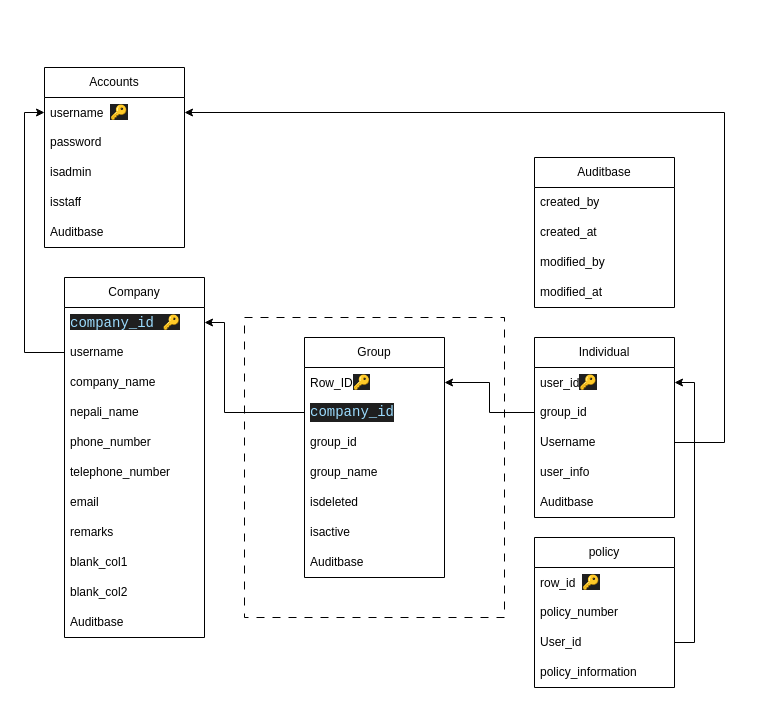
The draw.io diagram Documentation/ER Diagram.drawio in rjbcl/corporate-rjbcl-portal, before the edit. Source tidied: cells renumbered, new cells numbered last; positions are measured from the earlier drawing's top-left corner, leaving out a move shared by most shapes. Both pictures are drawn from the tidied source at 100%, with x=0, y=0 at pixel (44, 67).
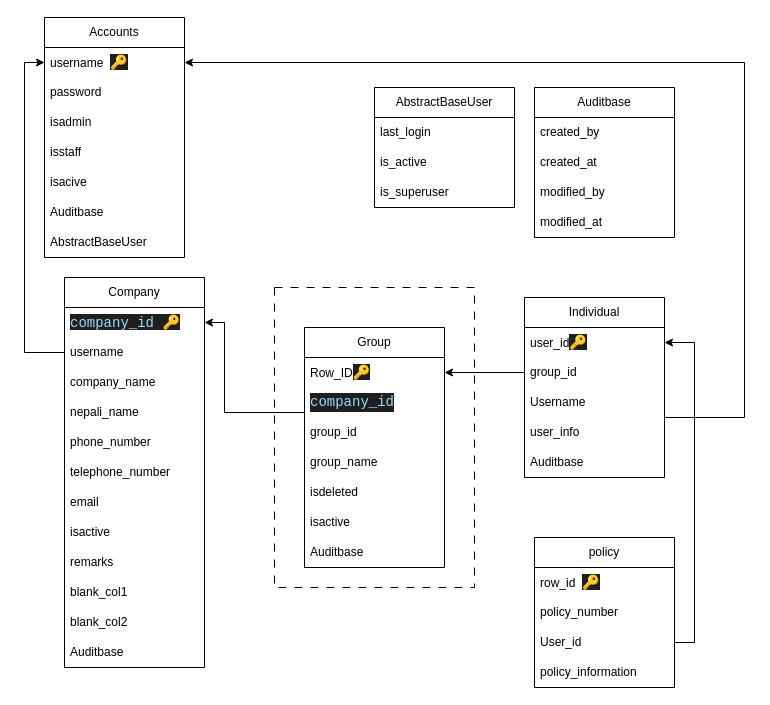
Above is the later version.

The change refers to these unchanged cells:
```xml
<mxCell id="4" value="username&amp;nbsp;&amp;nbsp;&lt;span style=&quot;color: rgb(191, 191, 191); font-family: Arial, sans-serif; font-size: 14px; background-color: rgb(31, 31, 31);&quot;&gt;🔑&lt;/span&gt;" style="text;strokeColor=none;fillColor=none;align=left;verticalAlign=middle;spacingLeft=4;spacingRight=4;overflow=hidden;points=[[0,0.5],[1,0.5]];portConstraint=eastwest;whiteSpace=wrap;html=1;" parent="3" vertex="1">
  <mxGeometry y="30" width="140" height="30" as="geometry" />
</mxCell>
<mxCell id="31" value="user_id&lt;span style=&quot;color: rgb(191, 191, 191); font-family: Arial, sans-serif; font-size: 14px; background-color: rgb(31, 31, 31);&quot;&gt;🔑&lt;/span&gt;" style="text;strokeColor=none;fillColor=none;align=left;verticalAlign=middle;spacingLeft=4;spacingRight=4;overflow=hidden;points=[[0,0.5],[1,0.5]];portConstraint=eastwest;whiteSpace=wrap;html=1;" parent="30" vertex="1">
  <mxGeometry y="30" width="140" height="30" as="geometry" />
</mxCell>
<mxCell id="33" value="Username" style="text;strokeColor=none;fillColor=none;align=left;verticalAlign=middle;spacingLeft=4;spacingRight=4;overflow=hidden;points=[[0,0.5],[1,0.5]];portConstraint=eastwest;whiteSpace=wrap;html=1;" parent="30" vertex="1">
  <mxGeometry y="90" width="140" height="30" as="geometry" />
</mxCell>
<mxCell id="47" value="User_id" style="text;strokeColor=none;fillColor=none;align=left;verticalAlign=middle;spacingLeft=4;spacingRight=4;overflow=hidden;points=[[0,0.5],[1,0.5]];portConstraint=eastwest;whiteSpace=wrap;html=1;" parent="44" vertex="1">
  <mxGeometry y="90" width="140" height="30" as="geometry" />
</mxCell>
```

The edit, as a diff of the source:
```diff
@@
     <mxCell id="2" style="rounded=0;whiteSpace=wrap;html=1;fillColor=none;dashed=1;dashPattern=8 8;" parent="1" vertex="1">
-      <mxGeometry x="200" y="250" width="260" height="300" as="geometry" />
+      <mxGeometry x="230" y="220" width="200" height="300" as="geometry" />
     </mxCell>
     <mxCell id="3" value="Accounts" style="swimlane;fontStyle=0;horizontal=1;startSize=30;whiteSpace=wrap;html=1;" parent="1" vertex="1">
-      <mxGeometry width="140" height="180" as="geometry" />
+      <mxGeometry y="-50" width="140" height="240" as="geometry" />
     </mxCell>
@@
+    <mxCell id="50" value="isacive" style="text;strokeColor=none;fillColor=none;align=left;verticalAlign=middle;spacingLeft=4;spacingRight=4;overflow=hidden;whiteSpace=wrap;html=1;" parent="3" vertex="1">
+      <mxGeometry y="150" width="140" height="30" as="geometry" />
+    </mxCell>
     <mxCell id="8" value="Auditbase" style="text;strokeColor=none;fillColor=none;align=left;verticalAlign=middle;spacingLeft=4;spacingRight=4;overflow=hidden;whiteSpace=wrap;html=1;" parent="3" vertex="1">
-      <mxGeometry y="150" width="140" height="30" as="geometry" />
+      <mxGeometry y="180" width="140" height="30" as="geometry" />
     </mxCell>
+    <mxCell id="51" value="AbstractBaseUser" style="text;strokeColor=none;fillColor=none;align=left;verticalAlign=middle;spacingLeft=4;spacingRight=4;overflow=hidden;whiteSpace=wrap;html=1;" parent="3" vertex="1">
+      <mxGeometry y="210" width="140" height="30" as="geometry" />
+    </mxCell>
@@
     <mxCell id="10" value="Company" style="swimlane;fontStyle=0;horizontal=1;startSize=30;whiteSpace=wrap;html=1;" parent="1" vertex="1">
-      <mxGeometry x="20" y="210" width="140" height="360" as="geometry" />
+      <mxGeometry x="20" y="210" width="140" height="390" as="geometry" />
     </mxCell>
@@
+    <mxCell id="52" value="isactive" style="text;strokeColor=none;fillColor=none;align=left;verticalAlign=middle;spacingLeft=4;spacingRight=4;overflow=hidden;whiteSpace=wrap;html=1;" parent="10" vertex="1">
+      <mxGeometry y="240" width="140" height="30" as="geometry" />
+    </mxCell>
     <mxCell id="18" value="remarks" style="text;strokeColor=none;fillColor=none;align=left;verticalAlign=middle;spacingLeft=4;spacingRight=4;overflow=hidden;whiteSpace=wrap;html=1;" parent="10" vertex="1">
-      <mxGeometry y="240" width="140" height="30" as="geometry" />
+      <mxGeometry y="270" width="140" height="30" as="geometry" />
     </mxCell>
     <mxCell id="19" value="blank_col1" style="text;strokeColor=none;fillColor=none;align=left;verticalAlign=middle;spacingLeft=4;spacingRight=4;overflow=hidden;whiteSpace=wrap;html=1;" parent="10" vertex="1">
-      <mxGeometry y="270" width="140" height="30" as="geometry" />
+      <mxGeometry y="300" width="140" height="30" as="geometry" />
     </mxCell>
     <mxCell id="20" value="blank_col2" style="text;strokeColor=none;fillColor=none;align=left;verticalAlign=middle;spacingLeft=4;spacingRight=4;overflow=hidden;whiteSpace=wrap;html=1;" parent="10" vertex="1">
-      <mxGeometry y="300" width="140" height="30" as="geometry" />
+      <mxGeometry y="330" width="140" height="30" as="geometry" />
     </mxCell>
     <mxCell id="21" value="Auditbase" style="text;strokeColor=none;fillColor=none;align=left;verticalAlign=middle;spacingLeft=4;spacingRight=4;overflow=hidden;whiteSpace=wrap;html=1;" parent="10" vertex="1">
-      <mxGeometry y="330" width="140" height="30" as="geometry" />
+      <mxGeometry y="360" width="140" height="30" as="geometry" />
     </mxCell>
     <mxCell id="22" value="Group" style="swimlane;fontStyle=0;horizontal=1;startSize=30;whiteSpace=wrap;html=1;" parent="1" vertex="1">
-      <mxGeometry x="260" y="270" width="140" height="240" as="geometry" />
+      <mxGeometry x="260" y="260" width="140" height="240" as="geometry" />
     </mxCell>
@@
     <mxCell id="30" value="Individual" style="swimlane;fontStyle=0;horizontal=1;startSize=30;whiteSpace=wrap;html=1;" parent="1" vertex="1">
-      <mxGeometry x="490" y="270" width="140" height="180" as="geometry" />
+      <mxGeometry x="480" y="230" width="140" height="180" as="geometry" />
     </mxCell>
@@
     <mxCell id="38" value="Auditbase" style="swimlane;fontStyle=0;horizontal=1;startSize=30;whiteSpace=wrap;html=1;" parent="1" vertex="1">
-      <mxGeometry x="490" y="90" width="140" height="150" as="geometry" />
+      <mxGeometry x="490" y="20" width="140" height="150" as="geometry" />
     </mxCell>
@@
-    <mxCell id="43" style="edgeStyle=orthogonalEdgeStyle;rounded=0;jettySize=auto;html=1;entryX=1;entryY=0.5;entryDx=0;entryDy=0;" parent="1" edge="1" source="33" target="4">
-      <mxGeometry relative="1" as="geometry">
-        <Array as="points">
-          <mxPoint x="680" y="375" />
-          <mxPoint x="680" y="45" />
-        </Array>
-      </mxGeometry>
-    </mxCell>
@@
-    <mxCell id="49" style="edgeStyle=orthogonalEdgeStyle;rounded=0;jettySize=auto;html=1;" parent="1" edge="1" source="47" target="31">
+    <mxCell id="49" style="edgeStyle=orthogonalEdgeStyle;rounded=0;jettySize=auto;html=1;entryX=1;entryY=0.5;entryDx=0;entryDy=0;" parent="1" edge="1" source="47" target="31">
       <mxGeometry relative="1" as="geometry">
         <Array as="points">
           <mxPoint x="650" y="575" />
-          <mxPoint x="650" y="315" />
+          <mxPoint x="650" y="275" />
         </Array>
       </mxGeometry>
     </mxCell>
+    <mxCell id="43" style="edgeStyle=orthogonalEdgeStyle;rounded=0;jettySize=auto;html=1;" parent="1" edge="1" source="33" target="4">
+      <mxGeometry relative="1" as="geometry">
+        <Array as="points">
+          <mxPoint x="700" y="350" />
+          <mxPoint x="700" y="-5" />
+        </Array>
+      </mxGeometry>
+    </mxCell>
+    <mxCell id="53" value="AbstractBaseUser" style="swimlane;fontStyle=0;horizontal=1;startSize=30;whiteSpace=wrap;html=1;" parent="1" vertex="1">
+      <mxGeometry x="330" y="20" width="140" height="120" as="geometry" />
+    </mxCell>
+    <mxCell id="54" value="last_login" style="text;strokeColor=none;fillColor=none;align=left;verticalAlign=middle;spacingLeft=4;spacingRight=4;overflow=hidden;whiteSpace=wrap;html=1;" parent="53" vertex="1">
+      <mxGeometry y="30" width="140" height="30" as="geometry" />
+    </mxCell>
+    <mxCell id="55" value="is_active" style="text;strokeColor=none;fillColor=none;align=left;verticalAlign=middle;spacingLeft=4;spacingRight=4;overflow=hidden;whiteSpace=wrap;html=1;" parent="53" vertex="1">
+      <mxGeometry y="60" width="140" height="30" as="geometry" />
+    </mxCell>
+    <mxCell id="56" value="is_superuser" style="text;strokeColor=none;fillColor=none;align=left;verticalAlign=middle;spacingLeft=4;spacingRight=4;overflow=hidden;whiteSpace=wrap;html=1;" parent="53" vertex="1">
+      <mxGeometry y="90" width="140" height="30" as="geometry" />
+    </mxCell>
```
